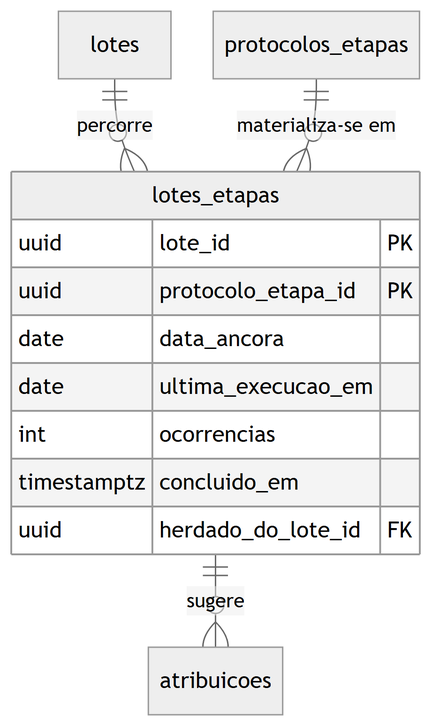
Earlier version of the Mermaid export docs/engenharia/modelo-dados-pt/img/fig16-producao-protocolo-do-lote.png (JoaoMudar/tcc). Its source is kept beside it as docs/engenharia/modelo-dados-pt/mmd/fig16-producao-protocolo-do-lote.mmd.
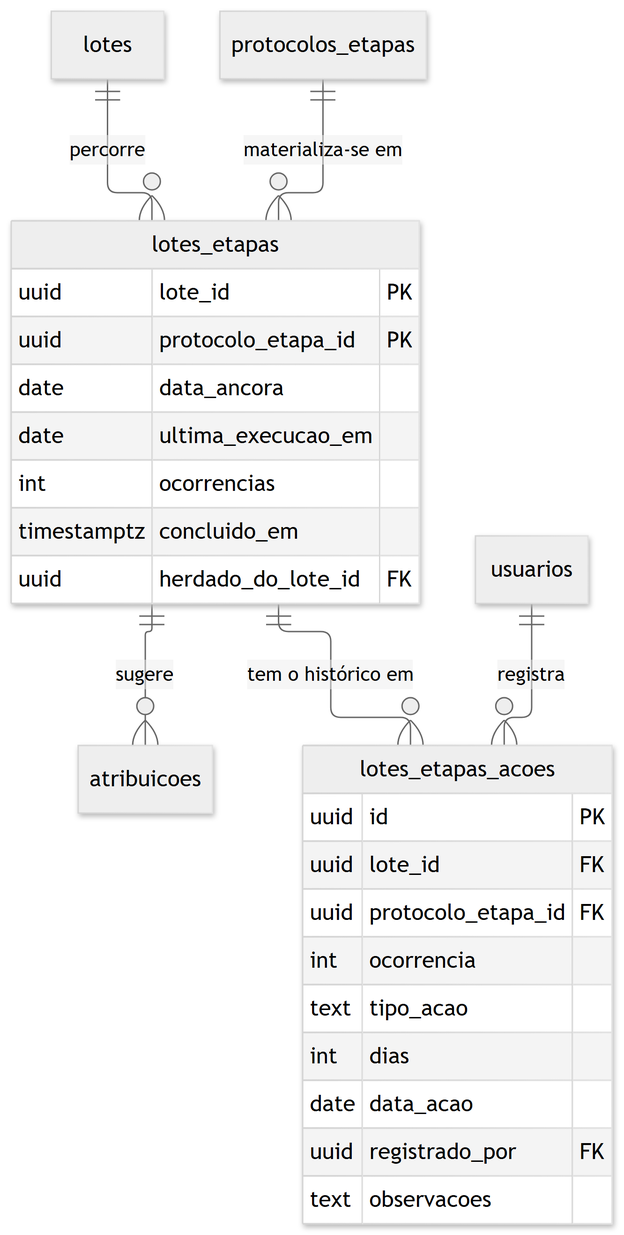
After the commit.

The edit, as a diff of the source:
```diff
@@ -8,10 +8,24 @@
     timestamptz concluido_em
     uuid        herdado_do_lote_id FK
   }
+  lotes_etapas_acoes {
+    uuid id PK
+    uuid lote_id FK
+    uuid protocolo_etapa_id FK
+    int  ocorrencia
+    text tipo_acao
+    int  dias
+    date data_acao
+    uuid registrado_por FK
+    text observacoes
+  }
   lotes {}
   protocolos_etapas {}
   atribuicoes {}
+  usuarios {}
 
   lotes             ||--o{ lotes_etapas : "percorre"
   protocolos_etapas ||--o{ lotes_etapas : "materializa-se em"
   lotes_etapas      ||--o{ atribuicoes  : "sugere"
+  lotes_etapas      ||--o{ lotes_etapas_acoes : "tem o histórico em"
+  usuarios          ||--o{ lotes_etapas_acoes : "registra"
```
